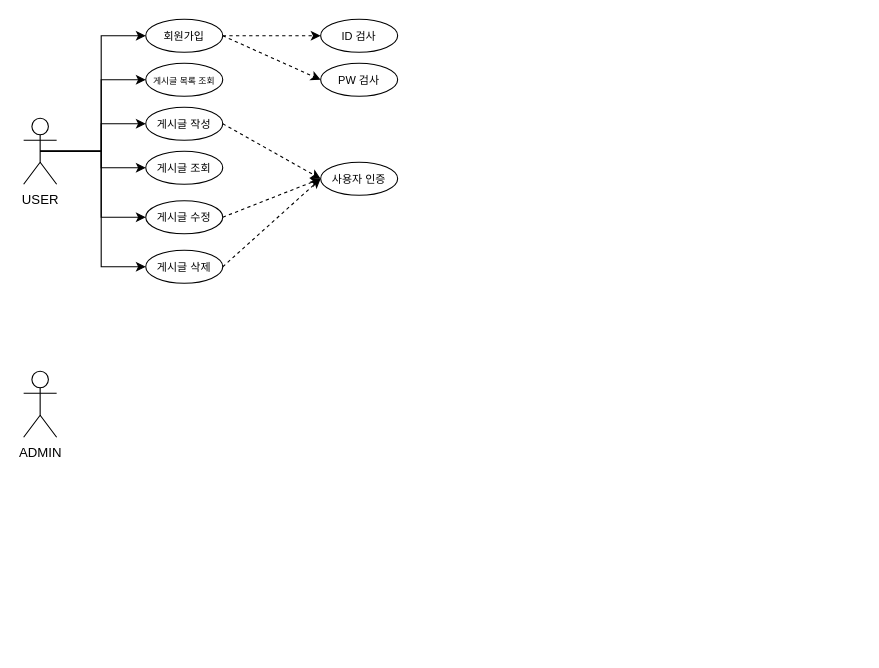
Above: usecasediagram.drawio in Arklimits/swjungle-spring (draw.io), before the change. Source tidied: cells renumbered, new cells numbered last; positions are measured from the earlier drawing's top-left corner, leaving out a move shared by most shapes. Both pictures are drawn from the tidied source at 110%, with x=0, y=0 at pixel (23, 19).
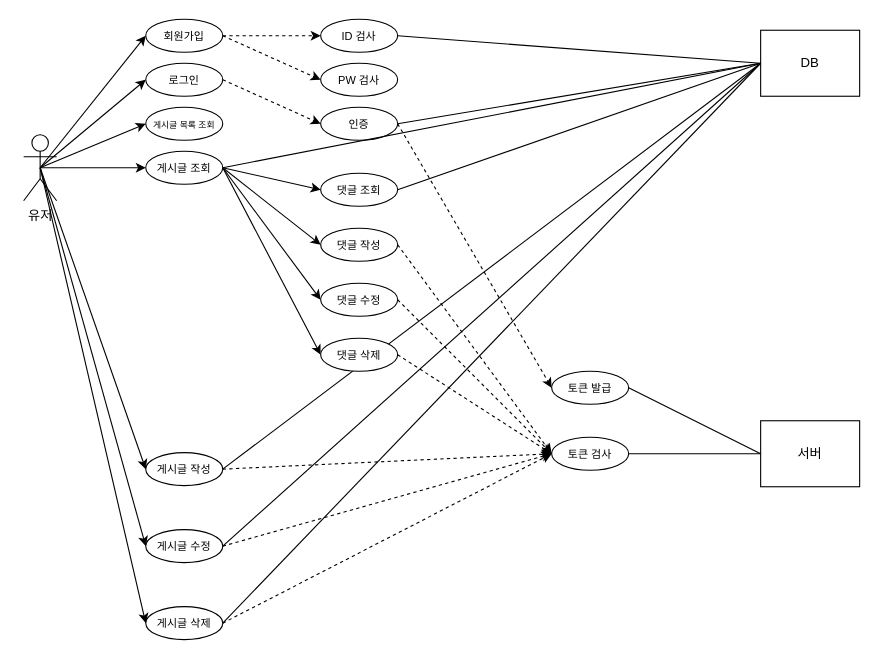
The same page after the edit.

Unchanged cells that the change refers to:
```xml
<mxCell id="4" value="&lt;font style=&quot;font-size: 10px;&quot;&gt;게시글 조회&lt;/font&gt;" style="ellipse;whiteSpace=wrap;html=1;" parent="1" vertex="1">
  <mxGeometry x="111" y="120" width="70" height="30" as="geometry" />
</mxCell>
<mxCell id="12" value="&lt;font style=&quot;font-size: 10px;&quot;&gt;회원가입&lt;/font&gt;" style="ellipse;whiteSpace=wrap;html=1;" parent="1" vertex="1">
  <mxGeometry x="111" width="70" height="30" as="geometry" />
</mxCell>
<mxCell id="22" value="&lt;span style=&quot;font-size: 10px;&quot;&gt;ID 검사&lt;/span&gt;" style="ellipse;whiteSpace=wrap;html=1;" parent="1" vertex="1">
  <mxGeometry x="270" width="70" height="30" as="geometry" />
</mxCell>
```

Change to the diagram source:
```diff
@@
     <mxCell id="2" value="&lt;font style=&quot;font-size: 8px;&quot;&gt;게시글 목록 조회&lt;/font&gt;" style="ellipse;whiteSpace=wrap;html=1;" parent="1" vertex="1">
-      <mxGeometry x="111" y="40" width="70" height="30" as="geometry" />
+      <mxGeometry x="111" y="80" width="70" height="30" as="geometry" />
     </mxCell>
     <mxCell id="3" value="&lt;font style=&quot;font-size: 10px;&quot;&gt;게시글 작성&lt;/font&gt;" style="ellipse;whiteSpace=wrap;html=1;" parent="1" vertex="1">
-      <mxGeometry x="111" y="80" width="70" height="30" as="geometry" />
+      <mxGeometry x="111" y="394" width="70" height="30" as="geometry" />
     </mxCell>
+    <mxCell id="24" style="rounded=0;jettySize=auto;html=1;exitX=1;exitY=0.5;exitDx=0;exitDy=0;entryX=0;entryY=0.5;entryDx=0;entryDy=0;" parent="1" edge="1" source="4" target="40">
+      <mxGeometry relative="1" as="geometry" />
+    </mxCell>
+    <mxCell id="25" style="rounded=0;jettySize=auto;html=1;exitX=1;exitY=0.5;exitDx=0;exitDy=0;entryX=0;entryY=0.5;entryDx=0;entryDy=0;" parent="1" edge="1" source="4" target="41">
+      <mxGeometry relative="1" as="geometry" />
+    </mxCell>
+    <mxCell id="26" style="rounded=0;jettySize=auto;html=1;exitX=1;exitY=0.5;exitDx=0;exitDy=0;entryX=0;entryY=0.5;entryDx=0;entryDy=0;" parent="1" edge="1" source="4" target="42">
+      <mxGeometry relative="1" as="geometry" />
+    </mxCell>
+    <mxCell id="27" style="rounded=0;jettySize=auto;html=1;exitX=1;exitY=0.5;exitDx=0;exitDy=0;entryX=0;entryY=0.5;entryDx=0;entryDy=0;" parent="1" edge="1" source="4" target="43">
+      <mxGeometry relative="1" as="geometry" />
+    </mxCell>
@@
     <mxCell id="6" value="&lt;font style=&quot;font-size: 10px;&quot;&gt;게시글 수정&lt;/font&gt;" style="ellipse;whiteSpace=wrap;html=1;" parent="1" vertex="1">
-      <mxGeometry x="111" y="165" width="70" height="30" as="geometry" />
+      <mxGeometry x="111" y="464" width="70" height="30" as="geometry" />
     </mxCell>
@@
     <mxCell id="8" value="&lt;font style=&quot;font-size: 10px;&quot;&gt;게시글 삭제&lt;/font&gt;" style="ellipse;whiteSpace=wrap;html=1;" parent="1" vertex="1">
-      <mxGeometry x="111" y="210" width="70" height="30" as="geometry" />
+      <mxGeometry x="111" y="534" width="70" height="30" as="geometry" />
     </mxCell>
-    <mxCell id="9" value="&lt;font style=&quot;font-size: 10px;&quot;&gt;사용자 인증&lt;/font&gt;" style="ellipse;whiteSpace=wrap;html=1;" parent="1" vertex="1">
-      <mxGeometry x="270" y="130" width="70" height="30" as="geometry" />
+    <mxCell id="9" value="&lt;span style=&quot;font-size: 10px;&quot;&gt;토큰 검사&lt;/span&gt;" style="ellipse;whiteSpace=wrap;html=1;" parent="1" vertex="1">
+      <mxGeometry x="480" y="380" width="70" height="30" as="geometry" />
     </mxCell>
@@
-    <mxCell id="13" style="edgeStyle=orthogonalEdgeStyle;rounded=0;jettySize=auto;html=1;exitX=0.5;exitY=0.5;exitDx=0;exitDy=0;exitPerimeter=0;entryX=0;entryY=0.5;entryDx=0;entryDy=0;" parent="1" edge="1" source="19" target="12">
+    <mxCell id="13" style="rounded=0;jettySize=auto;html=1;exitX=0.5;exitY=0.5;exitDx=0;exitDy=0;exitPerimeter=0;entryX=0;entryY=0.5;entryDx=0;entryDy=0;" parent="1" edge="1" source="19" target="12">
       <mxGeometry relative="1" as="geometry" />
     </mxCell>
-    <mxCell id="14" style="edgeStyle=orthogonalEdgeStyle;rounded=0;jettySize=auto;html=1;exitX=0.5;exitY=0.5;exitDx=0;exitDy=0;exitPerimeter=0;entryX=0;entryY=0.5;entryDx=0;entryDy=0;" parent="1" edge="1" source="19" target="2">
+    <mxCell id="14" style="rounded=0;jettySize=auto;html=1;exitX=0.5;exitY=0.5;exitDx=0;exitDy=0;exitPerimeter=0;entryX=0;entryY=0.5;entryDx=0;entryDy=0;" parent="1" edge="1" source="19" target="2">
       <mxGeometry relative="1" as="geometry" />
     </mxCell>
-    <mxCell id="15" style="edgeStyle=orthogonalEdgeStyle;rounded=0;jettySize=auto;html=1;exitX=0.5;exitY=0.5;exitDx=0;exitDy=0;exitPerimeter=0;entryX=0;entryY=0.5;entryDx=0;entryDy=0;" parent="1" edge="1" source="19" target="3">
+    <mxCell id="15" style="rounded=0;jettySize=auto;html=1;exitX=0.5;exitY=0.5;exitDx=0;exitDy=0;exitPerimeter=0;entryX=0;entryY=0.5;entryDx=0;entryDy=0;" parent="1" edge="1" source="19" target="3">
       <mxGeometry relative="1" as="geometry" />
     </mxCell>
-    <mxCell id="16" style="edgeStyle=orthogonalEdgeStyle;rounded=0;jettySize=auto;html=1;exitX=0.5;exitY=0.5;exitDx=0;exitDy=0;exitPerimeter=0;entryX=0;entryY=0.5;entryDx=0;entryDy=0;" parent="1" edge="1" source="19" target="4">
+    <mxCell id="16" style="rounded=0;jettySize=auto;html=1;exitX=0.5;exitY=0.5;exitDx=0;exitDy=0;exitPerimeter=0;entryX=0;entryY=0.5;entryDx=0;entryDy=0;" parent="1" edge="1" source="19" target="4">
       <mxGeometry relative="1" as="geometry" />
     </mxCell>
-    <mxCell id="17" style="edgeStyle=orthogonalEdgeStyle;rounded=0;jettySize=auto;html=1;exitX=0.5;exitY=0.5;exitDx=0;exitDy=0;exitPerimeter=0;entryX=0;entryY=0.5;entryDx=0;entryDy=0;" parent="1" edge="1" source="19" target="6">
+    <mxCell id="17" style="rounded=0;jettySize=auto;html=1;exitX=0.5;exitY=0.5;exitDx=0;exitDy=0;exitPerimeter=0;entryX=0;entryY=0.5;entryDx=0;entryDy=0;" parent="1" edge="1" source="19" target="6">
       <mxGeometry relative="1" as="geometry" />
     </mxCell>
-    <mxCell id="18" style="edgeStyle=orthogonalEdgeStyle;rounded=0;jettySize=auto;html=1;exitX=0.5;exitY=0.5;exitDx=0;exitDy=0;exitPerimeter=0;entryX=0;entryY=0.5;entryDx=0;entryDy=0;" parent="1" edge="1" source="19" target="8">
+    <mxCell id="18" style="rounded=0;jettySize=auto;html=1;exitX=0.5;exitY=0.5;exitDx=0;exitDy=0;exitPerimeter=0;entryX=0;entryY=0.5;entryDx=0;entryDy=0;" parent="1" edge="1" source="19" target="8">
       <mxGeometry relative="1" as="geometry" />
     </mxCell>
+    <mxCell id="28" style="rounded=0;jettySize=auto;html=1;exitX=0.5;exitY=0.5;exitDx=0;exitDy=0;exitPerimeter=0;entryX=0;entryY=0.5;entryDx=0;entryDy=0;" parent="1" edge="1" source="19" target="30">
+      <mxGeometry relative="1" as="geometry" />
+    </mxCell>
-    <mxCell id="19" value="USER" style="shape=umlActor;verticalLabelPosition=bottom;verticalAlign=top;html=1;outlineConnect=0;" parent="1" vertex="1">
-      <mxGeometry y="90" width="30" height="60" as="geometry" />
+    <mxCell id="19" value="유저" style="shape=umlActor;verticalLabelPosition=bottom;verticalAlign=top;html=1;outlineConnect=0;" parent="1" vertex="1">
+      <mxGeometry y="105" width="30" height="60" as="geometry" />
     </mxCell>
@@
-    <mxCell id="21" value="ADMIN" style="shape=umlActor;verticalLabelPosition=bottom;verticalAlign=top;html=1;" parent="1" vertex="1">
-      <mxGeometry y="320" width="30" height="60" as="geometry" />
-    </mxCell>
+    <mxCell id="29" style="rounded=0;jettySize=auto;html=1;exitX=1;exitY=0.5;exitDx=0;exitDy=0;entryX=0;entryY=0.5;entryDx=0;entryDy=0;endArrow=none;endFill=0;" parent="1" edge="1" source="22" target="31">
+      <mxGeometry relative="1" as="geometry" />
+    </mxCell>
@@
+    <mxCell id="30" value="&lt;font style=&quot;font-size: 10px;&quot;&gt;로그인&lt;/font&gt;" style="ellipse;whiteSpace=wrap;html=1;" parent="1" vertex="1">
+      <mxGeometry x="111" y="40" width="70" height="30" as="geometry" />
+    </mxCell>
+    <mxCell id="31" value="DB" style="rounded=0;whiteSpace=wrap;html=1;" parent="1" vertex="1">
+      <mxGeometry x="670" y="10" width="90" height="60" as="geometry" />
+    </mxCell>
+    <mxCell id="32" style="rounded=0;jettySize=auto;html=1;exitX=1;exitY=0.5;exitDx=0;exitDy=0;entryX=0;entryY=0.5;entryDx=0;entryDy=0;endArrow=none;endFill=0;" parent="1" edge="1" source="33" target="31">
+      <mxGeometry relative="1" as="geometry" />
+    </mxCell>
+    <mxCell id="33" value="&lt;span style=&quot;font-size: 10px;&quot;&gt;인증&lt;/span&gt;" style="ellipse;whiteSpace=wrap;html=1;" parent="1" vertex="1">
+      <mxGeometry x="270" y="80" width="70" height="30" as="geometry" />
+    </mxCell>
+    <mxCell id="34" style="rounded=0;jettySize=auto;html=1;exitX=1;exitY=0.5;exitDx=0;exitDy=0;entryX=0;entryY=0.5;entryDx=0;entryDy=0;dashed=1;" parent="1" edge="1" source="30" target="33">
+      <mxGeometry relative="1" as="geometry" />
+    </mxCell>
+    <mxCell id="35" style="rounded=0;jettySize=auto;html=1;exitX=1;exitY=0.5;exitDx=0;exitDy=0;entryX=0;entryY=0.5;entryDx=0;entryDy=0;endArrow=none;endFill=0;" parent="1" edge="1" source="3" target="31">
+      <mxGeometry relative="1" as="geometry" />
+    </mxCell>
+    <mxCell id="36" style="rounded=0;jettySize=auto;html=1;exitX=1;exitY=0.5;exitDx=0;exitDy=0;entryX=0;entryY=0.5;entryDx=0;entryDy=0;endArrow=none;endFill=0;" parent="1" edge="1" source="4" target="31">
+      <mxGeometry relative="1" as="geometry" />
+    </mxCell>
+    <mxCell id="37" style="rounded=0;jettySize=auto;html=1;exitX=1;exitY=0.5;exitDx=0;exitDy=0;entryX=0;entryY=0.5;entryDx=0;entryDy=0;endArrow=none;endFill=0;" parent="1" edge="1" source="6" target="31">
+      <mxGeometry relative="1" as="geometry" />
+    </mxCell>
+    <mxCell id="38" style="rounded=0;jettySize=auto;html=1;exitX=1;exitY=0.5;exitDx=0;exitDy=0;entryX=0;entryY=0.5;entryDx=0;entryDy=0;endArrow=none;endFill=0;" parent="1" edge="1" source="8" target="31">
+      <mxGeometry relative="1" as="geometry" />
+    </mxCell>
+    <mxCell id="39" style="edgeStyle=orthogonalEdgeStyle;rounded=0;orthogonalLoop=1;jettySize=auto;html=1;exitX=0.5;exitY=1;exitDx=0;exitDy=0;" parent="1" edge="1" source="8" target="8">
+      <mxGeometry relative="1" as="geometry" />
+    </mxCell>
+    <mxCell id="40" value="&lt;span style=&quot;font-size: 10px;&quot;&gt;댓글 조회&lt;/span&gt;" style="ellipse;whiteSpace=wrap;html=1;" parent="1" vertex="1">
+      <mxGeometry x="270" y="140" width="70" height="30" as="geometry" />
+    </mxCell>
+    <mxCell id="41" value="&lt;span style=&quot;font-size: 10px;&quot;&gt;댓글 작성&lt;/span&gt;" style="ellipse;whiteSpace=wrap;html=1;" parent="1" vertex="1">
+      <mxGeometry x="270" y="190" width="70" height="30" as="geometry" />
+    </mxCell>
+    <mxCell id="42" value="&lt;span style=&quot;font-size: 10px;&quot;&gt;댓글 수정&lt;/span&gt;" style="ellipse;whiteSpace=wrap;html=1;" parent="1" vertex="1">
+      <mxGeometry x="270" y="240" width="70" height="30" as="geometry" />
+    </mxCell>
+    <mxCell id="43" value="&lt;span style=&quot;font-size: 10px;&quot;&gt;댓글 삭제&lt;/span&gt;" style="ellipse;whiteSpace=wrap;html=1;" parent="1" vertex="1">
+      <mxGeometry x="270" y="290" width="70" height="30" as="geometry" />
+    </mxCell>
+    <mxCell id="44" style="rounded=0;jettySize=auto;html=1;exitX=1;exitY=0.5;exitDx=0;exitDy=0;entryX=0;entryY=0.5;entryDx=0;entryDy=0;dashed=1;" parent="1" edge="1" source="41" target="9">
+      <mxGeometry relative="1" as="geometry" />
+    </mxCell>
+    <mxCell id="45" style="rounded=0;jettySize=auto;html=1;exitX=1;exitY=0.5;exitDx=0;exitDy=0;dashed=1;entryX=0;entryY=0.5;entryDx=0;entryDy=0;" parent="1" edge="1" source="42" target="9">
+      <mxGeometry relative="1" as="geometry" />
+    </mxCell>
+    <mxCell id="46" style="rounded=0;jettySize=auto;html=1;exitX=1;exitY=0.5;exitDx=0;exitDy=0;dashed=1;entryX=0;entryY=0.5;entryDx=0;entryDy=0;" parent="1" edge="1" source="43" target="9">
+      <mxGeometry relative="1" as="geometry" />
+    </mxCell>
+    <mxCell id="47" value="&lt;span style=&quot;font-size: 10px;&quot;&gt;토큰 발급&lt;/span&gt;" style="ellipse;whiteSpace=wrap;html=1;" parent="1" vertex="1">
+      <mxGeometry x="480" y="320" width="70" height="30" as="geometry" />
+    </mxCell>
+    <mxCell id="48" style="rounded=0;jettySize=auto;html=1;exitX=1;exitY=0.5;exitDx=0;exitDy=0;entryX=0;entryY=0.5;entryDx=0;entryDy=0;dashed=1;" parent="1" edge="1" source="33" target="47">
+      <mxGeometry relative="1" as="geometry" />
+    </mxCell>
+    <mxCell id="49" style="rounded=0;jettySize=auto;html=1;exitX=0;exitY=0.5;exitDx=0;exitDy=0;entryX=1;entryY=0.5;entryDx=0;entryDy=0;startArrow=none;startFill=0;endArrow=none;endFill=0;" parent="1" edge="1" source="50" target="47">
+      <mxGeometry relative="1" as="geometry" />
+    </mxCell>
+    <mxCell id="50" value="서버" style="rounded=0;whiteSpace=wrap;html=1;" parent="1" vertex="1">
+      <mxGeometry x="670" y="365" width="90" height="60" as="geometry" />
+    </mxCell>
+    <mxCell id="51" style="rounded=0;jettySize=auto;html=1;exitX=0;exitY=0.5;exitDx=0;exitDy=0;entryX=1;entryY=0.5;entryDx=0;entryDy=0;startArrow=none;startFill=0;endArrow=none;endFill=0;" parent="1" edge="1" source="50" target="9">
+      <mxGeometry relative="1" as="geometry" />
+    </mxCell>
+    <mxCell id="52" style="rounded=0;jettySize=auto;html=1;exitX=1;exitY=0.5;exitDx=0;exitDy=0;entryX=0;entryY=0.5;entryDx=0;entryDy=0;endArrow=none;endFill=0;" parent="1" edge="1" source="40" target="31">
+      <mxGeometry relative="1" as="geometry" />
+    </mxCell>
```
